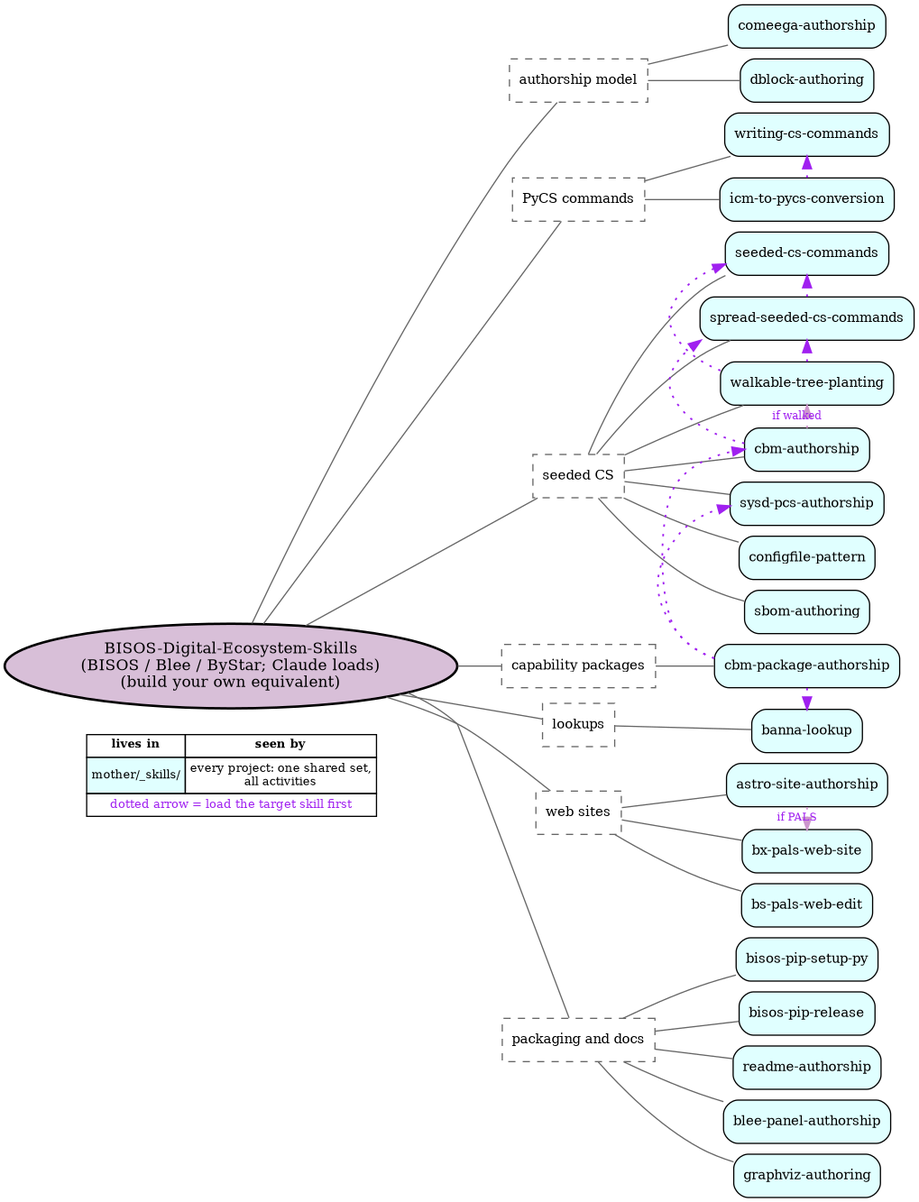
This is py3/images/aiEcosystemTree.png from bisos-pip/aiActivity, a Graphviz export, as it was before one commit. Its source is kept beside it as py3/images/aiEcosystemTree.gv.
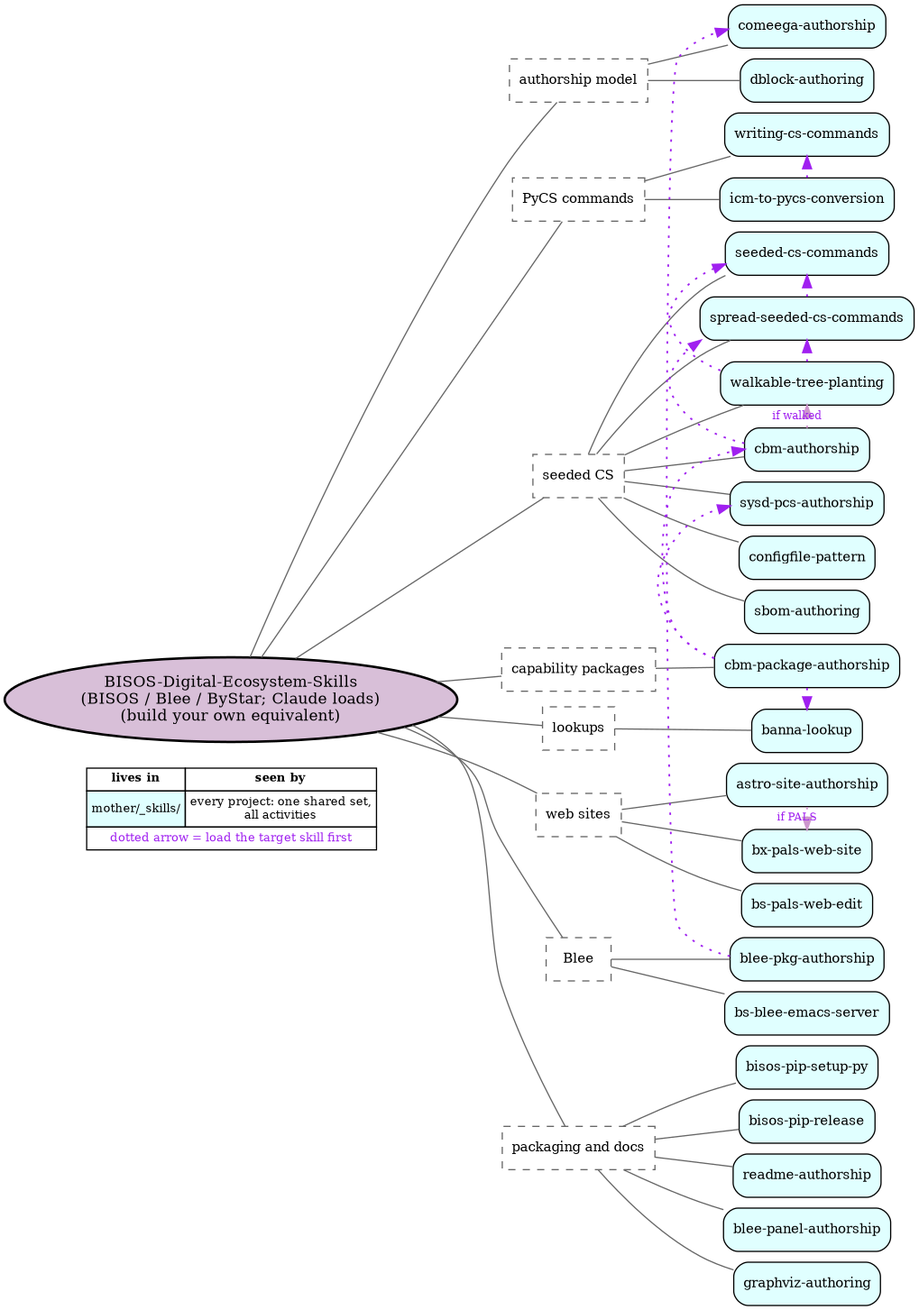
Above is the later version.

Change to the diagram source:
```diff
@@ -48,6 +48,12 @@
 	ecoSites -> "bx-pals-web-site" [arrowhead=none color=gray40]
 	"bs-pals-web-edit" [label="bs-pals-web-edit" fillcolor=lightcyan shape=box style="filled,rounded"]
 	ecoSites -> "bs-pals-web-edit" [arrowhead=none color=gray40]
+	ecoBlee [label=Blee color=gray40 fontsize=11 shape=box style=dashed]
+	root -> ecoBlee [arrowhead=none color=gray40]
+	"blee-pkg-authorship" [label="blee-pkg-authorship" fillcolor=lightcyan shape=box style="filled,rounded"]
+	ecoBlee -> "blee-pkg-authorship" [arrowhead=none color=gray40]
+	"bs-blee-emacs-server" [label="bs-blee-emacs-server" fillcolor=lightcyan shape=box style="filled,rounded"]
+	ecoBlee -> "bs-blee-emacs-server" [arrowhead=none color=gray40]
 	ecoPackaging [label="packaging and docs" color=gray40 fontsize=11 shape=box style=dashed]
 	root -> ecoPackaging [arrowhead=none color=gray40]
 	"bisos-pip-setup-py" [label="bisos-pip-setup-py" fillcolor=lightcyan shape=box style="filled,rounded"]
@@ -68,6 +74,7 @@
 	"cbm-package-authorship" -> "cbm-authorship" [color=purple constraint=false penwidth=1.4 style=dotted]
 	"cbm-package-authorship" -> "sysd-pcs-authorship" [color=purple constraint=false penwidth=1.4 style=dotted]
 	"cbm-package-authorship" -> "banna-lookup" [color=purple constraint=false penwidth=1.4 style=dotted]
+	"blee-pkg-authorship" -> "comeega-authorship" [color=purple constraint=false penwidth=1.4 style=dotted]
 	"cbm-authorship" -> "walkable-tree-planting" [label=" if walked " color=plum3 constraint=false fontcolor=purple fontsize=9 penwidth=1.4 style=dotted]
 	"astro-site-authorship" -> "bx-pals-web-site" [label=" if PALS " color=plum3 constraint=false fontcolor=purple fontsize=9 penwidth=1.4 style=dotted]
 	{
```
